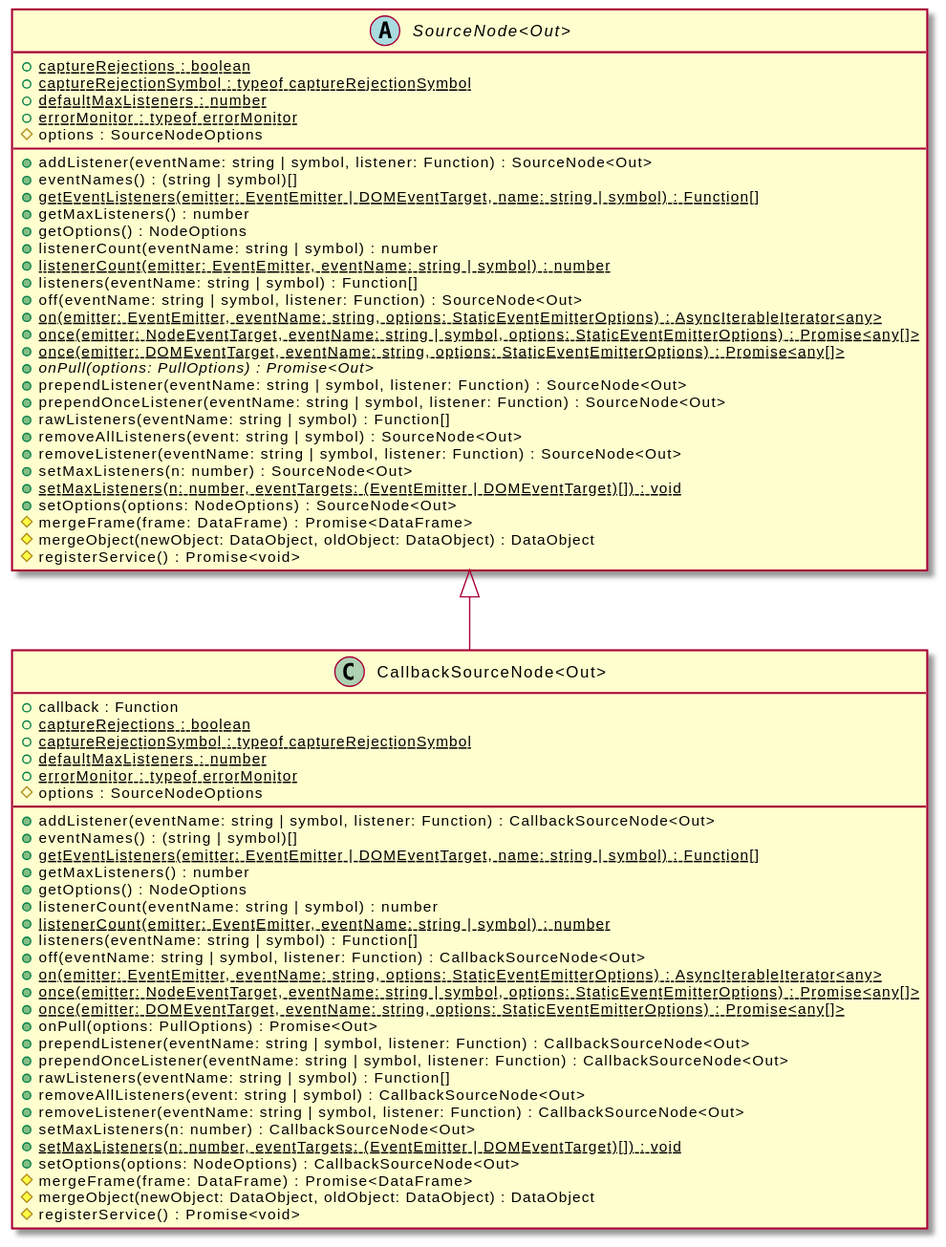
The PlantUML diagram assets/CallbackSourceNode-umlClassDiagram-12635.svg in OpenHPS/openhps-core, before a commit.
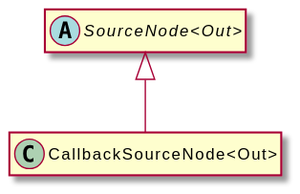
Above is the later version.

Diff of the diagram source:
```diff
@@ -3,67 +3,8 @@
 hide empty methods
 hide empty fields
 class "CallbackSourceNode<Out>" {
-    +callback : Function
-    {static} +captureRejections : boolean
-    {static} +captureRejectionSymbol : typeof captureRejectionSymbol
-    {static} +defaultMaxListeners : number
-    {static} +errorMonitor : typeof errorMonitor
-    #options : SourceNodeOptions
-    +addListener(eventName: string | symbol, listener: Function) : CallbackSourceNode<Out>
-    +eventNames() : (string | symbol)[]
-    {static} +getEventListeners(emitter: EventEmitter | DOMEventTarget, name: string | symbol) : Function[]
-    +getMaxListeners() : number
-    +getOptions() : NodeOptions
-    +listenerCount(eventName: string | symbol) : number
-    {static} +listenerCount(emitter: EventEmitter, eventName: string | symbol) : number
-    +listeners(eventName: string | symbol) : Function[]
-    +off(eventName: string | symbol, listener: Function) : CallbackSourceNode<Out>
-    {static} +on(emitter: EventEmitter, eventName: string, options: StaticEventEmitterOptions) : AsyncIterableIterator<any>
-    {static} +once(emitter: NodeEventTarget, eventName: string | symbol, options: StaticEventEmitterOptions) : Promise<any[]>
-    {static} +once(emitter: DOMEventTarget, eventName: string, options: StaticEventEmitterOptions) : Promise<any[]>
-    +onPull(options: PullOptions) : Promise<Out>
-    +prependListener(eventName: string | symbol, listener: Function) : CallbackSourceNode<Out>
-    +prependOnceListener(eventName: string | symbol, listener: Function) : CallbackSourceNode<Out>
-    +rawListeners(eventName: string | symbol) : Function[]
-    +removeAllListeners(event: string | symbol) : CallbackSourceNode<Out>
-    +removeListener(eventName: string | symbol, listener: Function) : CallbackSourceNode<Out>
-    +setMaxListeners(n: number) : CallbackSourceNode<Out>
-    {static} +setMaxListeners(n: number, eventTargets: (EventEmitter | DOMEventTarget)[]) : void
-    +setOptions(options: NodeOptions) : CallbackSourceNode<Out>
-    #mergeFrame(frame: DataFrame) : Promise<DataFrame>
-    #mergeObject(newObject: DataObject, oldObject: DataObject) : DataObject
-    #registerService() : Promise<void>
 }
 abstract class "SourceNode<Out>" {
-    {static} +captureRejections : boolean
-    {static} +captureRejectionSymbol : typeof captureRejectionSymbol
-    {static} +defaultMaxListeners : number
-    {static} +errorMonitor : typeof errorMonitor
-    #options : SourceNodeOptions
-    +addListener(eventName: string | symbol, listener: Function) : SourceNode<Out>
-    +eventNames() : (string | symbol)[]
-    {static} +getEventListeners(emitter: EventEmitter | DOMEventTarget, name: string | symbol) : Function[]
-    +getMaxListeners() : number
-    +getOptions() : NodeOptions
-    +listenerCount(eventName: string | symbol) : number
-    {static} +listenerCount(emitter: EventEmitter, eventName: string | symbol) : number
-    +listeners(eventName: string | symbol) : Function[]
-    +off(eventName: string | symbol, listener: Function) : SourceNode<Out>
-    {static} +on(emitter: EventEmitter, eventName: string, options: StaticEventEmitterOptions) : AsyncIterableIterator<any>
-    {static} +once(emitter: NodeEventTarget, eventName: string | symbol, options: StaticEventEmitterOptions) : Promise<any[]>
-    {static} +once(emitter: DOMEventTarget, eventName: string, options: StaticEventEmitterOptions) : Promise<any[]>
-    {abstract} +onPull(options: PullOptions) : Promise<Out>
-    +prependListener(eventName: string | symbol, listener: Function) : SourceNode<Out>
-    +prependOnceListener(eventName: string | symbol, listener: Function) : SourceNode<Out>
-    +rawListeners(eventName: string | symbol) : Function[]
-    +removeAllListeners(event: string | symbol) : SourceNode<Out>
-    +removeListener(eventName: string | symbol, listener: Function) : SourceNode<Out>
-    +setMaxListeners(n: number) : SourceNode<Out>
-    {static} +setMaxListeners(n: number, eventTargets: (EventEmitter | DOMEventTarget)[]) : void
-    +setOptions(options: NodeOptions) : SourceNode<Out>
-    #mergeFrame(frame: DataFrame) : Promise<DataFrame>
-    #mergeObject(newObject: DataObject, oldObject: DataObject) : DataObject
-    #registerService() : Promise<void>
 }
 "SourceNode<Out>" <|-- "CallbackSourceNode<Out>"
 @enduml
```
